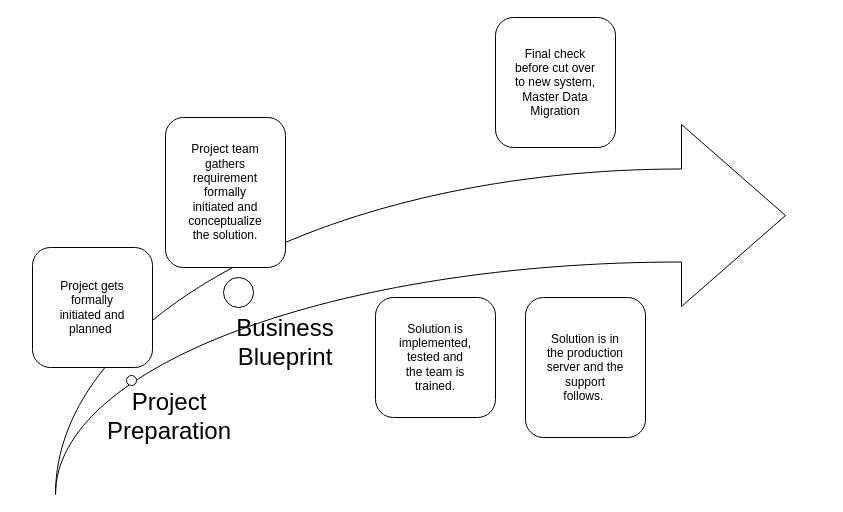
Earlier version of the draw.io diagram Project Methodology.drawio (thukten/git-test). Source tidied: cells renumbered, new cells numbered last; positions are measured from the earlier drawing's top-left corner, leaving out a move shared by most shapes. Both pictures are drawn from the tidied source at 100%, with x=0, y=0 at pixel (32, 17).
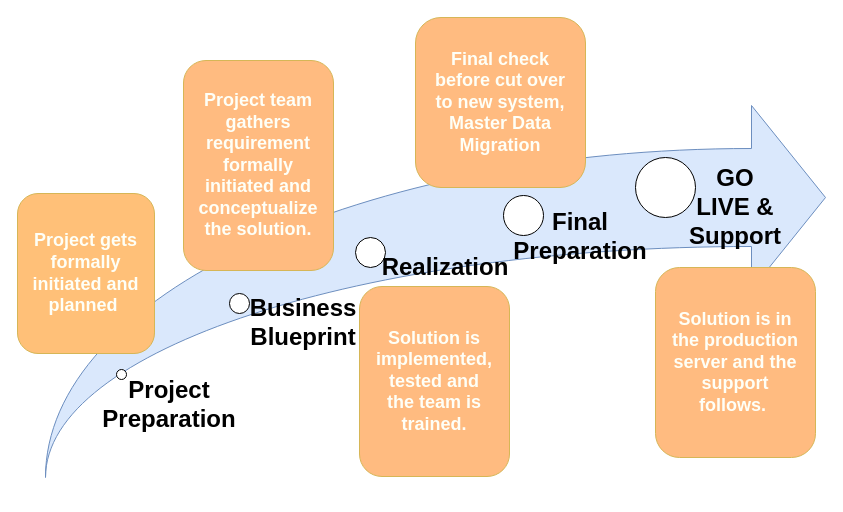
Above is the later version.

Change to the diagram source:
```diff
@@
 <mxGraphModel>
   <root>
     <mxCell id="0" />
     <mxCell id="1" parent="0" />
-    <mxCell id="2" style="html=1;shadow=0;dashed=0;align=center;verticalAlign=middle;shape=mxgraph.arrows2.jumpInArrow;dy=46.5;dx=104;arrowHead=182;" parent="1" vertex="1">
-      <mxGeometry x="23" y="107" width="730" height="370" as="geometry" />
+    <mxCell id="2" style="html=1;shadow=0;dashed=0;align=center;verticalAlign=middle;shape=mxgraph.arrows2.jumpInArrow;dy=49;dx=74;arrowHead=184;fillColor=#dae8fc;strokeColor=#6c8ebf;" parent="1" vertex="1">
+      <mxGeometry x="13" y="88" width="780" height="372" as="geometry" />
     </mxCell>
-    <mxCell id="3" value="Project gets&lt;br/&gt;formally&lt;br/&gt;initiated and&lt;br/&gt;planned&amp;nbsp;" style="rounded=1;whiteSpace=wrap;html=1;" parent="1" vertex="1">
-      <mxGeometry y="230" width="120" height="120" as="geometry" />
+    <mxCell id="3" value="&lt;font style=&quot;font-size: 18px&quot;&gt;&lt;b&gt;Project gets&lt;br&gt;formally&lt;br&gt;initiated and&lt;br&gt;planned&amp;nbsp;&lt;/b&gt;&lt;/font&gt;" style="rounded=1;whiteSpace=wrap;html=1;strokeColor=#d6b656;fillColor=#FFC078;fontColor=#FEFFF7;" parent="1" vertex="1">
+      <mxGeometry x="-15" y="176" width="137" height="160" as="geometry" />
     </mxCell>
-    <mxCell id="4" value="Project team&lt;br/&gt;gathers&lt;br/&gt;requirement&lt;br/&gt;formally&lt;br/&gt;initiated and&lt;br/&gt;conceptualize&lt;br/&gt;the solution." style="rounded=1;whiteSpace=wrap;html=1;" parent="1" vertex="1">
-      <mxGeometry x="133" y="100" width="120" height="150" as="geometry" />
+    <mxCell id="4" value="&lt;font style=&quot;font-size: 18px&quot;&gt;&lt;b&gt;Project team&lt;br&gt;gathers&lt;br&gt;requirement&lt;br&gt;formally&lt;br&gt;initiated and&lt;br&gt;conceptualize&lt;br&gt;the solution.&lt;/b&gt;&lt;/font&gt;" style="rounded=1;whiteSpace=wrap;html=1;strokeColor=#d6b656;fillColor=#FFBB80;fontColor=#FEFFF7;" parent="1" vertex="1">
+      <mxGeometry x="151" y="43" width="150" height="210" as="geometry" />
     </mxCell>
-    <mxCell id="5" value="Solution is in&lt;br/&gt;the production&lt;br/&gt;server and the&lt;br/&gt;support&lt;br/&gt;follows.&amp;nbsp;" style="rounded=1;whiteSpace=wrap;html=1;" parent="1" vertex="1">
-      <mxGeometry x="493" y="280" width="120" height="140" as="geometry" />
+    <mxCell id="5" value="&lt;font style=&quot;font-size: 18px&quot;&gt;&lt;b&gt;Solution is in&lt;br&gt;the production&lt;br&gt;server and the&lt;br&gt;support&lt;br&gt;follows.&amp;nbsp;&lt;/b&gt;&lt;/font&gt;" style="rounded=1;whiteSpace=wrap;html=1;strokeColor=#d6b656;fillColor=#FFBB80;fontColor=#FEFFF7;" parent="1" vertex="1">
+      <mxGeometry x="623" y="250" width="160" height="190" as="geometry" />
     </mxCell>
-    <mxCell id="6" value="Solution is&lt;br/&gt;implemented,&lt;br/&gt;tested and&lt;br/&gt;the team is&lt;br/&gt;trained." style="rounded=1;whiteSpace=wrap;html=1;" parent="1" vertex="1">
-      <mxGeometry x="343" y="280" width="120" height="120" as="geometry" />
+    <mxCell id="6" value="&lt;font style=&quot;font-size: 18px&quot;&gt;&lt;b&gt;Solution is&lt;br&gt;implemented,&lt;br&gt;tested and&lt;br&gt;the team is&lt;br&gt;trained.&lt;/b&gt;&lt;/font&gt;" style="rounded=1;whiteSpace=wrap;html=1;strokeColor=#d6b656;fillColor=#FFBB80;fontColor=#FEFFF7;" parent="1" vertex="1">
+      <mxGeometry x="327" y="269" width="150" height="190" as="geometry" />
     </mxCell>
-    <mxCell id="7" value="Final check&lt;br/&gt;before cut over&lt;br/&gt;to new system,&lt;br/&gt;Master Data&lt;br/&gt;Migration" style="rounded=1;whiteSpace=wrap;html=1;" parent="1" vertex="1">
-      <mxGeometry x="463" width="120" height="130" as="geometry" />
+    <mxCell id="7" value="&lt;font style=&quot;font-size: 18px&quot;&gt;&lt;b&gt;Final check&lt;br&gt;before cut over&lt;br&gt;to new system,&lt;br&gt;Master Data&lt;br&gt;Migration&lt;/b&gt;&lt;/font&gt;" style="rounded=1;whiteSpace=wrap;html=1;strokeColor=#d6b656;fillColor=#FFBB80;fontColor=#FEFFF7;" parent="1" vertex="1">
+      <mxGeometry x="383" width="170" height="170" as="geometry" />
     </mxCell>
     <mxCell id="8" style="ellipse;whiteSpace=wrap;html=1;" parent="1" vertex="1">
-      <mxGeometry x="94" y="358" width="10" height="10" as="geometry" />
+      <mxGeometry x="84" y="352" width="10" height="10" as="geometry" />
     </mxCell>
-    <mxCell id="9" value="&lt;font style=&quot;font-size: 24px&quot;&gt;Project &lt;br&gt;Preparation&lt;/font&gt;" style="text;html=1;strokeColor=none;fillColor=none;align=center;verticalAlign=middle;whiteSpace=wrap;rounded=0;" parent="1" vertex="1">
-      <mxGeometry x="83" y="389" width="108" height="20" as="geometry" />
+    <mxCell id="9" value="&lt;font style=&quot;font-size: 24px&quot;&gt;&lt;b&gt;Project &lt;br&gt;Preparation&lt;/b&gt;&lt;/font&gt;" style="text;html=1;strokeColor=none;fillColor=none;align=center;verticalAlign=middle;whiteSpace=wrap;rounded=0;" parent="1" vertex="1">
+      <mxGeometry x="83" y="377" width="108" height="20" as="geometry" />
     </mxCell>
     <mxCell id="10" style="ellipse;whiteSpace=wrap;html=1;" parent="1" vertex="1">
-      <mxGeometry x="191" y="260" width="30" height="30" as="geometry" />
+      <mxGeometry x="197" y="276" width="20" height="20" as="geometry" />
     </mxCell>
-    <mxCell id="11" value="&lt;font style=&quot;font-size: 24px&quot;&gt;Business&lt;br&gt;Blueprint&lt;/font&gt;" style="text;html=1;strokeColor=none;fillColor=none;align=center;verticalAlign=middle;whiteSpace=wrap;rounded=0;" parent="1" vertex="1">
-      <mxGeometry x="193" y="300" width="120" height="50" as="geometry" />
+    <mxCell id="11" value="&lt;font style=&quot;font-size: 24px&quot;&gt;&lt;b&gt;Business&lt;br&gt;Blueprint&lt;/b&gt;&lt;/font&gt;" style="text;html=1;strokeColor=none;fillColor=none;align=center;verticalAlign=middle;whiteSpace=wrap;rounded=0;" parent="1" vertex="1">
+      <mxGeometry x="211" y="280" width="120" height="50" as="geometry" />
     </mxCell>
+    <mxCell id="12" style="ellipse;whiteSpace=wrap;html=1;" parent="1" vertex="1">
+      <mxGeometry x="323" y="220" width="30" height="30" as="geometry" />
+    </mxCell>
+    <mxCell id="13" value="&lt;font style=&quot;font-size: 24px&quot;&gt;&lt;b&gt;Realization&lt;/b&gt;&lt;/font&gt;" style="text;html=1;strokeColor=none;fillColor=none;align=center;verticalAlign=middle;whiteSpace=wrap;rounded=0;" parent="1" vertex="1">
+      <mxGeometry x="393" y="240" width="40" height="20" as="geometry" />
+    </mxCell>
+    <mxCell id="14" style="ellipse;whiteSpace=wrap;html=1;" parent="1" vertex="1">
+      <mxGeometry x="471" y="178" width="40" height="40" as="geometry" />
+    </mxCell>
+    <mxCell id="15" value="&lt;font style=&quot;font-size: 24px&quot;&gt;&lt;b&gt;Final&lt;br&gt;Preparation&lt;/b&gt;&lt;/font&gt;" style="text;html=1;strokeColor=none;fillColor=none;align=center;verticalAlign=middle;whiteSpace=wrap;rounded=0;" parent="1" vertex="1">
+      <mxGeometry x="528" y="209" width="40" height="20" as="geometry" />
+    </mxCell>
+    <mxCell id="16" style="ellipse;whiteSpace=wrap;html=1;" parent="1" vertex="1">
+      <mxGeometry x="603" y="140" width="60" height="60" as="geometry" />
+    </mxCell>
+    <mxCell id="17" value="&lt;font style=&quot;font-size: 24px&quot;&gt;&lt;b&gt;GO LIVE &amp;amp;&lt;br&gt;Support&lt;/b&gt;&lt;/font&gt;" style="text;html=1;strokeColor=none;fillColor=none;align=center;verticalAlign=middle;whiteSpace=wrap;rounded=0;" parent="1" vertex="1">
+      <mxGeometry x="683" y="180" width="40" height="20" as="geometry" />
+    </mxCell>
   </root>
 </mxGraphModel>
```
